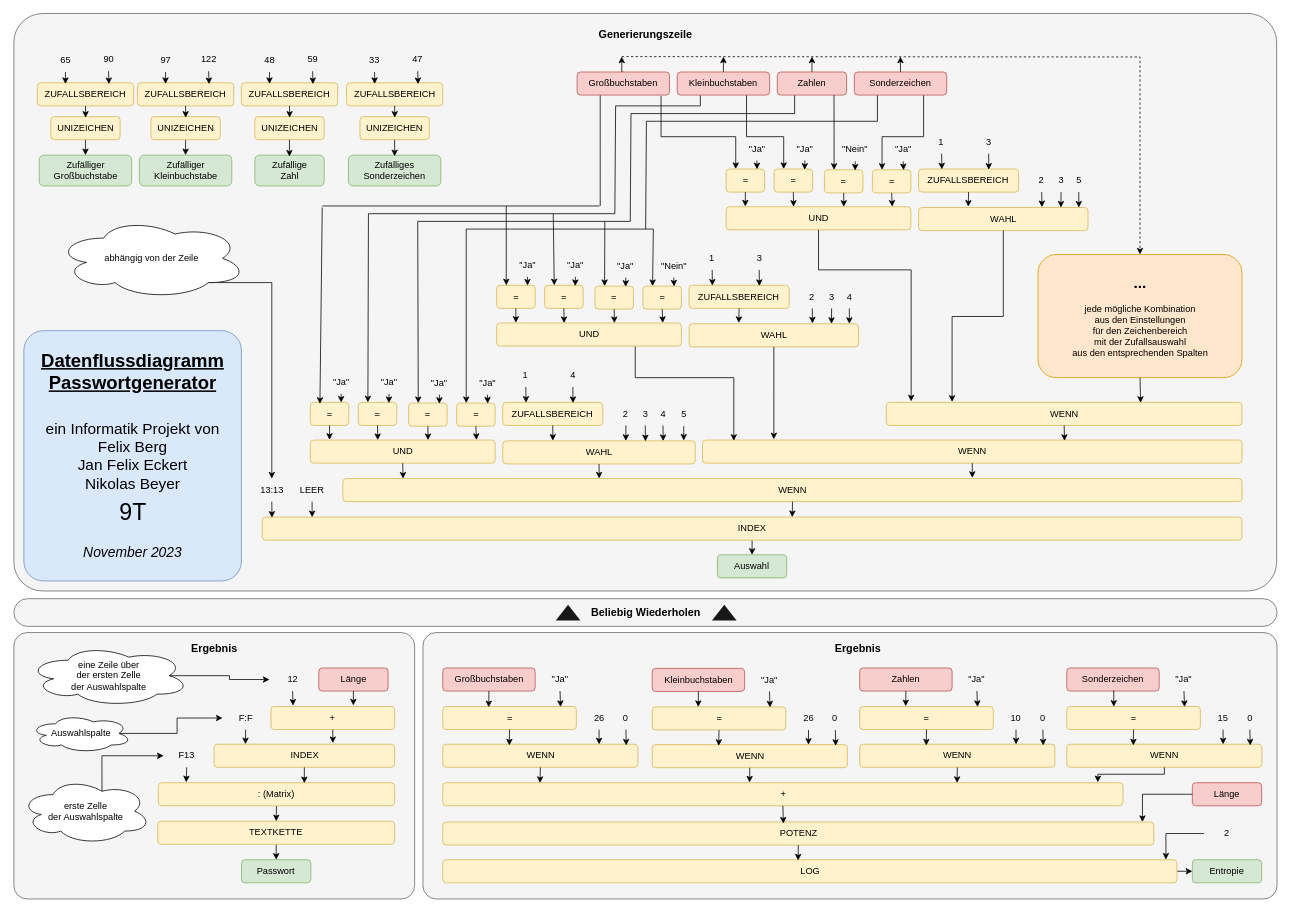
Above: Passwort Generator.drawio in Nikogenia/Draw (draw.io), before the change. Source tidied: cells renumbered, new cells numbered last; positions are measured from the earlier drawing's top-left corner, leaving out a move shared by most shapes. Both pictures are drawn from the tidied source at 77%, with x=0, y=0 at pixel (14, 13).
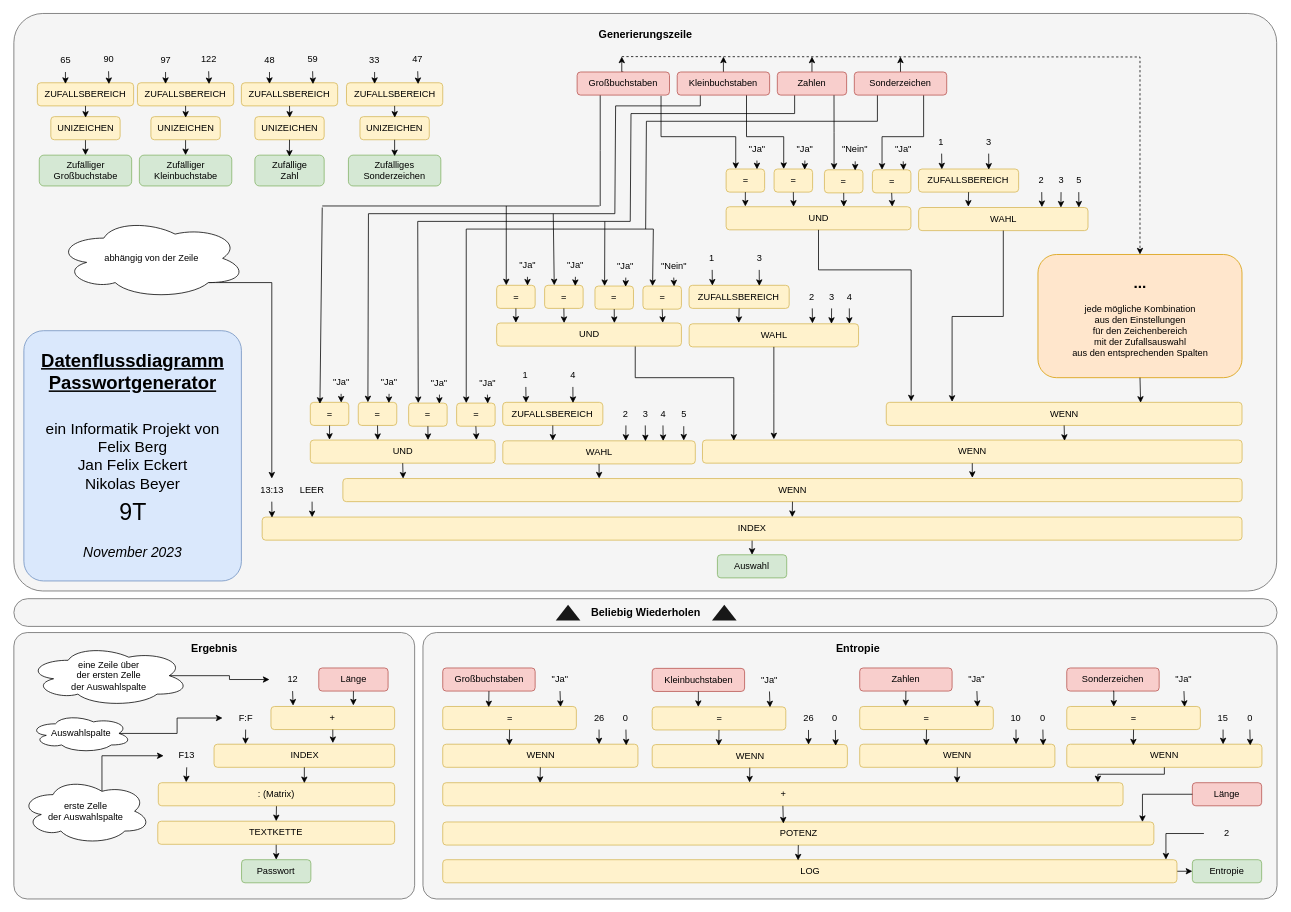
Above is the later version.

What changed in the source:
```diff
@@
-    <mxCell id="217" value="&lt;b&gt;&lt;font style=&quot;font-size: 14px;&quot;&gt;Ergebnis&lt;/font&gt;&lt;/b&gt;" style="text;html=1;strokeColor=none;fillColor=none;align=center;verticalAlign=middle;whiteSpace=wrap;rounded=0;" parent="1" vertex="1">
+    <mxCell id="217" value="&lt;b&gt;&lt;font style=&quot;font-size: 14px;&quot;&gt;Entropie&lt;/font&gt;&lt;/b&gt;" style="text;html=1;strokeColor=none;fillColor=none;align=center;verticalAlign=middle;whiteSpace=wrap;rounded=0;" parent="1" vertex="1">
       <mxGeometry x="1066.4" y="810" width="60" height="30" as="geometry" />
     </mxCell>
```
